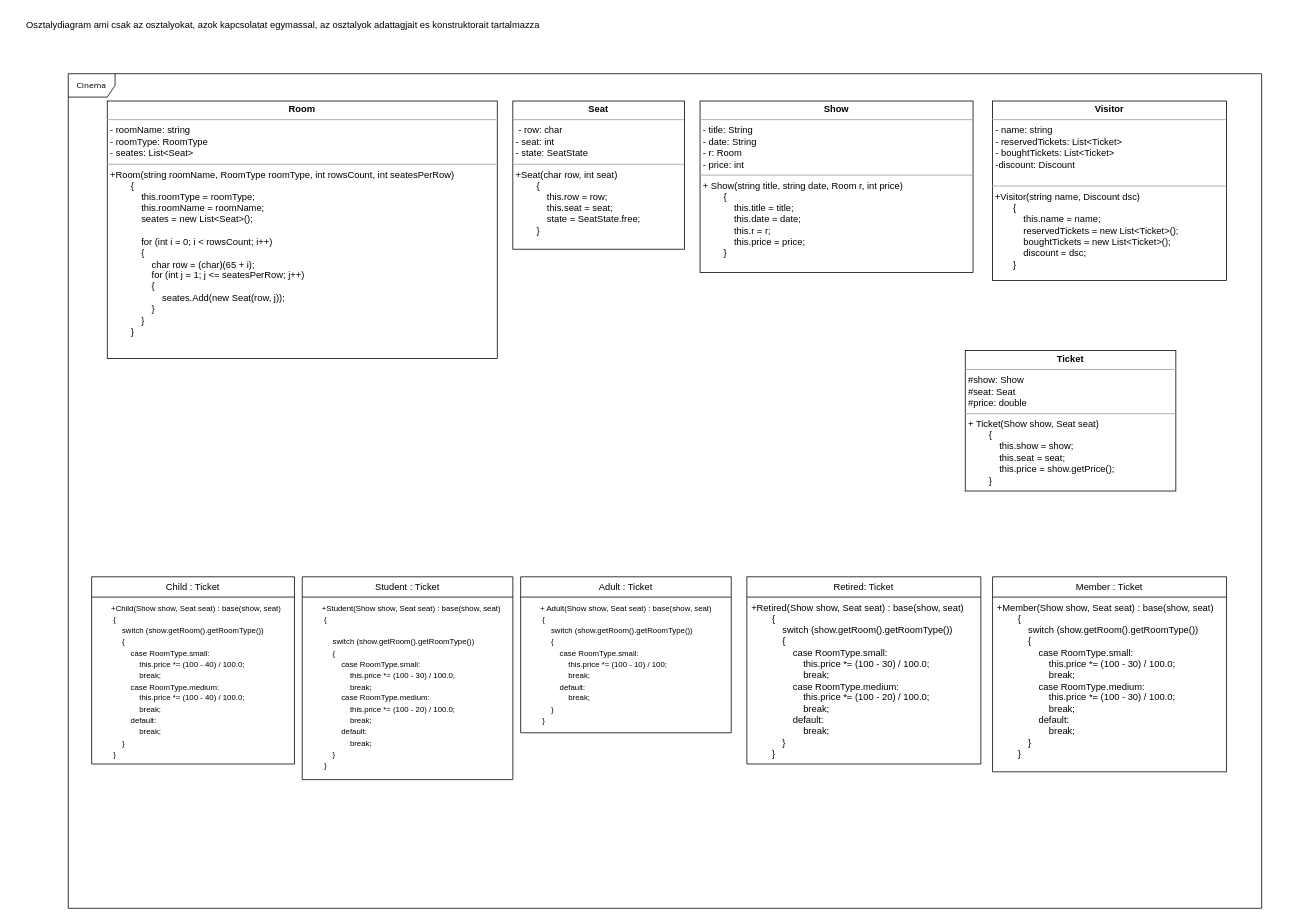
The draw.io diagram Classes.drawio in hitchhiker1986/OEP_bigFinalHomeWork, before the edit. Source tidied: cells renumbered, new cells numbered last; positions are measured from the earlier drawing's top-left corner, leaving out a move shared by most shapes. Both pictures are drawn from the tidied source at 78%, with x=0, y=0 at pixel (13, 13).
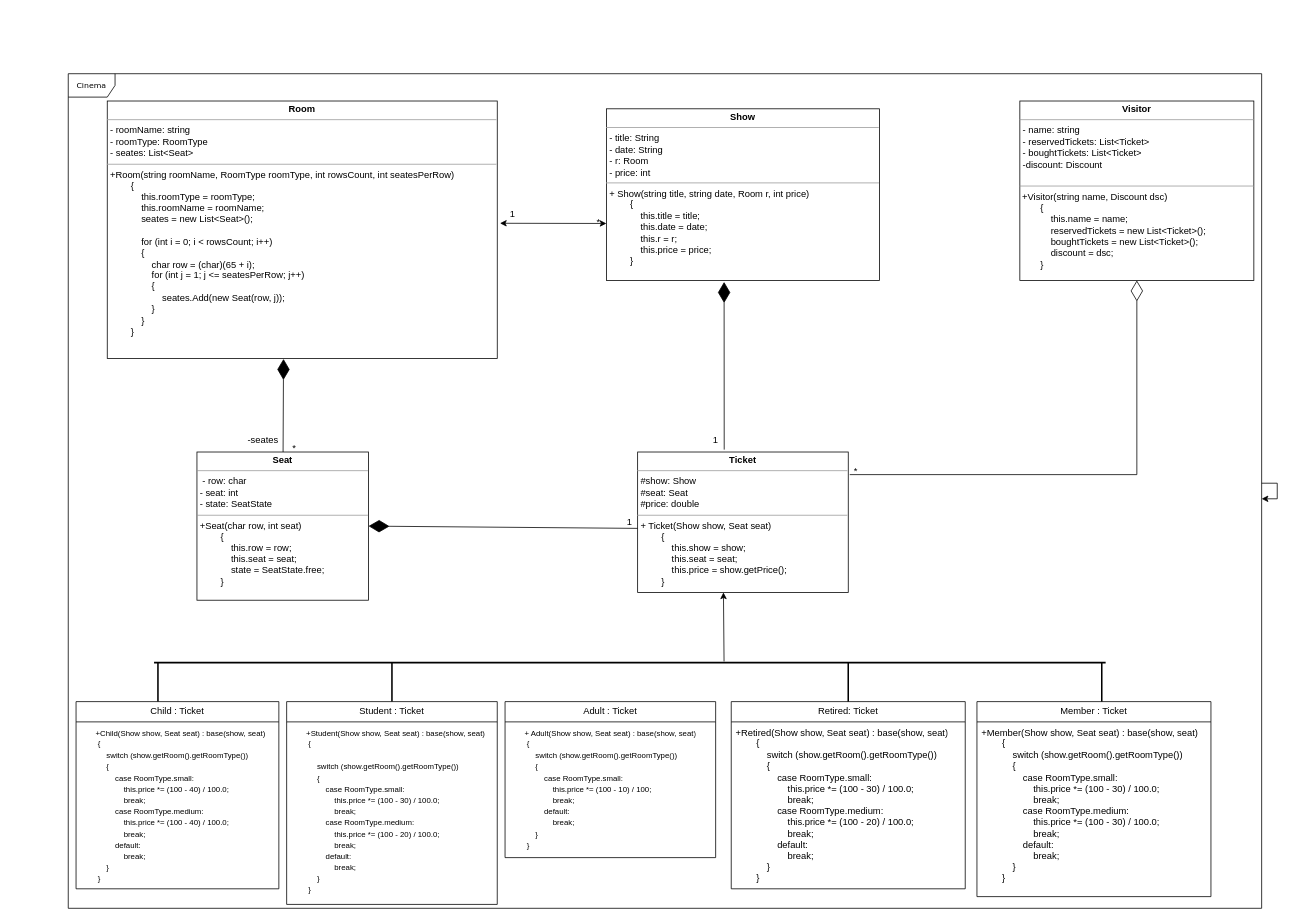
After the change.

Unchanged cells that the change refers to:
```xml
<mxCell id="2" value="Cinema" style="shape=umlFrame;whiteSpace=wrap;html=1;rounded=0;shadow=0;comic=0;labelBackgroundColor=none;strokeWidth=1;fontFamily=Verdana;fontSize=10;align=center;" parent="1" vertex="1">
  <mxGeometry x="70" y="77" width="1530" height="1070" as="geometry" />
</mxCell>
<mxCell id="3" value="&lt;p style=&quot;margin:0px;margin-top:4px;text-align:center;&quot;&gt;&lt;b&gt;Room&lt;/b&gt;&lt;/p&gt;&lt;hr size=&quot;1&quot;&gt;&lt;p style=&quot;margin:0px;margin-left:4px;&quot;&gt;- roomName: string&lt;/p&gt;&lt;p style=&quot;margin:0px;margin-left:4px;&quot;&gt;- roomType: RoomType&lt;br&gt;- seates: List&amp;lt;Seat&amp;gt;&lt;br&gt;&lt;/p&gt;&lt;hr size=&quot;1&quot;&gt;&lt;p style=&quot;margin:0px;margin-left:4px;&quot;&gt;+Room(string roomName, RoomType roomType, int rowsCount, int seatesPerRow) &lt;br&gt;&amp;nbsp;&amp;nbsp;&amp;nbsp;&amp;nbsp;&amp;nbsp;&amp;nbsp;&amp;nbsp; {&lt;br&gt;&amp;nbsp;&amp;nbsp;&amp;nbsp;&amp;nbsp;&amp;nbsp;&amp;nbsp;&amp;nbsp;&amp;nbsp;&amp;nbsp;&amp;nbsp;&amp;nbsp; this.roomType = roomType;&lt;br&gt;&amp;nbsp;&amp;nbsp;&amp;nbsp;&amp;nbsp;&amp;nbsp;&amp;nbsp;&amp;nbsp;&amp;nbsp;&amp;nbsp;&amp;nbsp;&amp;nbsp; this.roomName = roomName;&lt;br&gt;&amp;nbsp;&amp;nbsp;&amp;nbsp;&amp;nbsp;&amp;nbsp;&amp;nbsp;&amp;nbsp;&amp;nbsp;&amp;nbsp;&amp;nbsp;&amp;nbsp; seates = new List&amp;lt;Seat&amp;gt;();&lt;br&gt;&lt;br&gt;&amp;nbsp;&amp;nbsp;&amp;nbsp;&amp;nbsp;&amp;nbsp;&amp;nbsp;&amp;nbsp;&amp;nbsp;&amp;nbsp;&amp;nbsp;&amp;nbsp; for (int i = 0; i &amp;lt; rowsCount; i++)&lt;br&gt;&amp;nbsp;&amp;nbsp;&amp;nbsp;&amp;nbsp;&amp;nbsp;&amp;nbsp;&amp;nbsp;&amp;nbsp;&amp;nbsp;&amp;nbsp;&amp;nbsp; {&lt;br&gt;&amp;nbsp;&amp;nbsp;&amp;nbsp;&amp;nbsp;&amp;nbsp;&amp;nbsp;&amp;nbsp;&amp;nbsp;&amp;nbsp;&amp;nbsp;&amp;nbsp;&amp;nbsp;&amp;nbsp;&amp;nbsp;&amp;nbsp; char row = (char)(65 + i);&lt;br&gt;&amp;nbsp;&amp;nbsp;&amp;nbsp;&amp;nbsp;&amp;nbsp;&amp;nbsp;&amp;nbsp;&amp;nbsp;&amp;nbsp;&amp;nbsp;&amp;nbsp;&amp;nbsp;&amp;nbsp;&amp;nbsp;&amp;nbsp; for (int j = 1; j &amp;lt;= seatesPerRow; j++)&lt;br&gt;&amp;nbsp;&amp;nbsp;&amp;nbsp;&amp;nbsp;&amp;nbsp;&amp;nbsp;&amp;nbsp;&amp;nbsp;&amp;nbsp;&amp;nbsp;&amp;nbsp;&amp;nbsp;&amp;nbsp;&amp;nbsp;&amp;nbsp; {&lt;br&gt;&amp;nbsp;&amp;nbsp;&amp;nbsp;&amp;nbsp;&amp;nbsp;&amp;nbsp;&amp;nbsp;&amp;nbsp;&amp;nbsp;&amp;nbsp;&amp;nbsp;&amp;nbsp;&amp;nbsp;&amp;nbsp;&amp;nbsp;&amp;nbsp;&amp;nbsp;&amp;nbsp;&amp;nbsp; seates.Add(new Seat(row, j));&lt;br&gt;&amp;nbsp;&amp;nbsp;&amp;nbsp;&amp;nbsp;&amp;nbsp;&amp;nbsp;&amp;nbsp;&amp;nbsp;&amp;nbsp;&amp;nbsp;&amp;nbsp;&amp;nbsp;&amp;nbsp;&amp;nbsp;&amp;nbsp; }&lt;br&gt;&amp;nbsp;&amp;nbsp;&amp;nbsp;&amp;nbsp;&amp;nbsp;&amp;nbsp;&amp;nbsp;&amp;nbsp;&amp;nbsp;&amp;nbsp;&amp;nbsp; }&lt;br&gt;&amp;nbsp;&amp;nbsp;&amp;nbsp;&amp;nbsp;&amp;nbsp;&amp;nbsp;&amp;nbsp; }&lt;br&gt;&lt;/p&gt;" style="verticalAlign=top;align=left;overflow=fill;fontSize=12;fontFamily=Helvetica;html=1;whiteSpace=wrap;" parent="1" vertex="1">
  <mxGeometry x="120" y="112" width="500" height="330" as="geometry" />
</mxCell>
```

The edit, as a diff of the source:
```diff
@@
     <mxCell id="4" value="&lt;p style=&quot;margin:0px;margin-top:4px;text-align:center;&quot;&gt;&lt;b&gt;Seat&lt;/b&gt;&lt;br&gt;&lt;/p&gt;&lt;hr size=&quot;1&quot;&gt;&lt;p style=&quot;margin:0px;margin-left:4px;&quot;&gt;&amp;nbsp;- row: char&lt;br&gt;- seat: int&lt;br&gt;- state: SeatState&lt;br&gt;&lt;/p&gt;&lt;hr size=&quot;1&quot;&gt;&lt;p style=&quot;margin:0px;margin-left:4px;&quot;&gt;+Seat(char row, int seat)&lt;br&gt;&amp;nbsp;&amp;nbsp;&amp;nbsp;&amp;nbsp;&amp;nbsp;&amp;nbsp;&amp;nbsp; {&lt;br&gt;&amp;nbsp;&amp;nbsp;&amp;nbsp;&amp;nbsp;&amp;nbsp;&amp;nbsp;&amp;nbsp;&amp;nbsp;&amp;nbsp;&amp;nbsp;&amp;nbsp; this.row = row;&lt;br&gt;&amp;nbsp;&amp;nbsp;&amp;nbsp;&amp;nbsp;&amp;nbsp;&amp;nbsp;&amp;nbsp;&amp;nbsp;&amp;nbsp;&amp;nbsp;&amp;nbsp; this.seat = seat;&lt;br&gt;&amp;nbsp;&amp;nbsp;&amp;nbsp;&amp;nbsp;&amp;nbsp;&amp;nbsp;&amp;nbsp;&amp;nbsp;&amp;nbsp;&amp;nbsp;&amp;nbsp; state = SeatState.free;&lt;br&gt;&amp;nbsp;&amp;nbsp;&amp;nbsp;&amp;nbsp;&amp;nbsp;&amp;nbsp;&amp;nbsp; }&lt;br&gt;&lt;/p&gt;" style="verticalAlign=top;align=left;overflow=fill;fontSize=12;fontFamily=Helvetica;html=1;whiteSpace=wrap;" parent="1" vertex="1">
-      <mxGeometry x="640" y="112" width="220" height="190" as="geometry" />
+      <mxGeometry x="235" y="562" width="220" height="190" as="geometry" />
     </mxCell>
     <mxCell id="5" value="&lt;p style=&quot;margin:0px;margin-top:4px;text-align:center;&quot;&gt;&lt;b&gt;Show&lt;/b&gt;&lt;br&gt;&lt;/p&gt;&lt;hr size=&quot;1&quot;&gt;&lt;p style=&quot;margin:0px;margin-left:4px;&quot;&gt;- title: String&lt;/p&gt;&lt;p style=&quot;margin:0px;margin-left:4px;&quot;&gt;- date: String&lt;/p&gt;&lt;p style=&quot;margin:0px;margin-left:4px;&quot;&gt;- r: Room&lt;/p&gt;&lt;p style=&quot;margin:0px;margin-left:4px;&quot;&gt;- price: int&lt;br&gt;&lt;/p&gt;&lt;hr size=&quot;1&quot;&gt;&lt;p style=&quot;margin:0px;margin-left:4px;&quot;&gt;+ Show(string title, string date, Room r, int price)&lt;br&gt;&amp;nbsp;&amp;nbsp;&amp;nbsp;&amp;nbsp;&amp;nbsp;&amp;nbsp;&amp;nbsp; {&lt;br&gt;&amp;nbsp;&amp;nbsp;&amp;nbsp;&amp;nbsp;&amp;nbsp;&amp;nbsp;&amp;nbsp;&amp;nbsp;&amp;nbsp;&amp;nbsp;&amp;nbsp; this.title = title;&lt;br&gt;&amp;nbsp;&amp;nbsp;&amp;nbsp;&amp;nbsp;&amp;nbsp;&amp;nbsp;&amp;nbsp;&amp;nbsp;&amp;nbsp;&amp;nbsp;&amp;nbsp; this.date = date;&lt;br&gt;&amp;nbsp;&amp;nbsp;&amp;nbsp;&amp;nbsp;&amp;nbsp;&amp;nbsp;&amp;nbsp;&amp;nbsp;&amp;nbsp;&amp;nbsp;&amp;nbsp; this.r = r;&lt;br&gt;&amp;nbsp;&amp;nbsp;&amp;nbsp;&amp;nbsp;&amp;nbsp;&amp;nbsp;&amp;nbsp;&amp;nbsp;&amp;nbsp;&amp;nbsp;&amp;nbsp; this.price = price;&lt;br&gt;&amp;nbsp;&amp;nbsp;&amp;nbsp;&amp;nbsp;&amp;nbsp;&amp;nbsp;&amp;nbsp; }&lt;br&gt;&lt;/p&gt;" style="verticalAlign=top;align=left;overflow=fill;fontSize=12;fontFamily=Helvetica;html=1;whiteSpace=wrap;" parent="1" vertex="1">
-      <mxGeometry x="880" y="112" width="350" height="220" as="geometry" />
+      <mxGeometry x="760" y="122" width="350" height="220" as="geometry" />
     </mxCell>
     <mxCell id="6" value="&lt;p style=&quot;margin:0px;margin-top:4px;text-align:center;&quot;&gt;&lt;b&gt;Visitor&lt;/b&gt;&lt;br&gt;&lt;/p&gt;&lt;hr size=&quot;1&quot;&gt;&lt;p style=&quot;margin:0px;margin-left:4px;&quot;&gt;- name: string&lt;br&gt;- reservedTickets: List&amp;lt;Ticket&amp;gt;&lt;/p&gt;&lt;p style=&quot;margin:0px;margin-left:4px;&quot;&gt;- boughtTickets: List&amp;lt;Ticket&amp;gt;&lt;/p&gt;&lt;p style=&quot;margin:0px;margin-left:4px;&quot;&gt;-discount: Discount&lt;br&gt;&lt;/p&gt;&lt;p style=&quot;margin:0px;margin-left:4px;&quot;&gt;&lt;br&gt;&lt;/p&gt;&lt;hr size=&quot;1&quot;&gt;&amp;nbsp;+Visitor(string name, Discount dsc) &lt;br&gt;&amp;nbsp;&amp;nbsp;&amp;nbsp;&amp;nbsp;&amp;nbsp;&amp;nbsp;&amp;nbsp; {&lt;br&gt;&amp;nbsp;&amp;nbsp;&amp;nbsp;&amp;nbsp;&amp;nbsp;&amp;nbsp;&amp;nbsp;&amp;nbsp;&amp;nbsp;&amp;nbsp;&amp;nbsp; this.name = name;&lt;br&gt;&amp;nbsp;&amp;nbsp;&amp;nbsp;&amp;nbsp;&amp;nbsp;&amp;nbsp;&amp;nbsp;&amp;nbsp;&amp;nbsp;&amp;nbsp;&amp;nbsp; reservedTickets = new List&amp;lt;Ticket&amp;gt;();&lt;br&gt;&amp;nbsp;&amp;nbsp;&amp;nbsp;&amp;nbsp;&amp;nbsp;&amp;nbsp;&amp;nbsp;&amp;nbsp;&amp;nbsp;&amp;nbsp;&amp;nbsp; boughtTickets = new List&amp;lt;Ticket&amp;gt;();&lt;br&gt;&amp;nbsp;&amp;nbsp;&amp;nbsp;&amp;nbsp;&amp;nbsp;&amp;nbsp;&amp;nbsp;&amp;nbsp;&amp;nbsp;&amp;nbsp;&amp;nbsp; discount = dsc;&lt;br&gt;&amp;nbsp;&amp;nbsp;&amp;nbsp;&amp;nbsp;&amp;nbsp;&amp;nbsp;&amp;nbsp; }" style="verticalAlign=top;align=left;overflow=fill;fontSize=12;fontFamily=Helvetica;html=1;whiteSpace=wrap;" parent="1" vertex="1">
-      <mxGeometry x="1255" y="112" width="300" height="230" as="geometry" />
+      <mxGeometry x="1290" y="112" width="300" height="230" as="geometry" />
     </mxCell>
     <mxCell id="7" value="&lt;p style=&quot;margin:0px;margin-top:4px;text-align:center;&quot;&gt;&lt;b&gt;Ticket&lt;/b&gt;&lt;br&gt;&lt;/p&gt;&lt;hr size=&quot;1&quot;&gt;&lt;p style=&quot;margin:0px;margin-left:4px;&quot;&gt;#show: Show&lt;/p&gt;&lt;p style=&quot;margin:0px;margin-left:4px;&quot;&gt;#seat: Seat&lt;/p&gt;&lt;p style=&quot;margin:0px;margin-left:4px;&quot;&gt;#price: double&lt;br&gt;&lt;/p&gt;&lt;hr size=&quot;1&quot;&gt;&lt;p style=&quot;margin:0px;margin-left:4px;&quot;&gt;+ Ticket(Show show, Seat seat)&lt;br&gt;&amp;nbsp;&amp;nbsp;&amp;nbsp;&amp;nbsp;&amp;nbsp;&amp;nbsp;&amp;nbsp; {&lt;br&gt;&amp;nbsp;&amp;nbsp;&amp;nbsp;&amp;nbsp;&amp;nbsp;&amp;nbsp;&amp;nbsp;&amp;nbsp;&amp;nbsp;&amp;nbsp;&amp;nbsp; this.show = show;&lt;br&gt;&amp;nbsp;&amp;nbsp;&amp;nbsp;&amp;nbsp;&amp;nbsp;&amp;nbsp;&amp;nbsp;&amp;nbsp;&amp;nbsp;&amp;nbsp;&amp;nbsp; this.seat = seat;&lt;br&gt;&amp;nbsp;&amp;nbsp;&amp;nbsp;&amp;nbsp;&amp;nbsp;&amp;nbsp;&amp;nbsp;&amp;nbsp;&amp;nbsp;&amp;nbsp;&amp;nbsp; this.price = show.getPrice();&lt;br&gt;&amp;nbsp;&amp;nbsp;&amp;nbsp;&amp;nbsp;&amp;nbsp;&amp;nbsp;&amp;nbsp; }&lt;/p&gt;" style="verticalAlign=top;align=left;overflow=fill;fontSize=12;fontFamily=Helvetica;html=1;whiteSpace=wrap;" parent="1" vertex="1">
-      <mxGeometry x="1220" y="432" width="270" height="180" as="geometry" />
+      <mxGeometry x="800" y="562" width="270" height="180" as="geometry" />
     </mxCell>
-    <mxCell id="8" value="Osztalydiagram ami csak az osztalyokat, azok kapcsolatat egymassal, az osztalyok adattagjait es konstruktorait tartalmazza" style="text;html=1;align=center;verticalAlign=middle;strokeColor=none;fillColor=none;" parent="1" vertex="1">
-      <mxGeometry width="690" height="30" as="geometry" />
-    </mxCell>
     <mxCell id="9" value="Child : Ticket" style="swimlane;fontStyle=0;horizontal=1;startSize=26;fillColor=none;whiteSpace=wrap;html=1;" parent="1" vertex="1">
-      <mxGeometry x="100" y="722" width="260" height="240" as="geometry" />
+      <mxGeometry x="80" y="882" width="260" height="240" as="geometry" />
     </mxCell>
@@
     <mxCell id="11" value="Student : Ticket" style="swimlane;fontStyle=0;horizontal=1;startSize=26;fillColor=none;whiteSpace=wrap;html=1;" parent="1" vertex="1">
-      <mxGeometry x="370" y="722" width="270" height="260" as="geometry" />
+      <mxGeometry x="350" y="882" width="270" height="260" as="geometry" />
     </mxCell>
@@
     <mxCell id="13" value="Adult : Ticket" style="swimlane;fontStyle=0;horizontal=1;startSize=26;fillColor=none;whiteSpace=wrap;html=1;" parent="1" vertex="1">
-      <mxGeometry x="650" y="722" width="270" height="200" as="geometry" />
+      <mxGeometry x="630" y="882" width="270" height="200" as="geometry" />
     </mxCell>
@@
     <mxCell id="15" value="Member : Ticket" style="swimlane;fontStyle=0;horizontal=1;startSize=26;fillColor=none;whiteSpace=wrap;html=1;" parent="1" vertex="1">
-      <mxGeometry x="1255" y="722" width="300" height="250" as="geometry" />
+      <mxGeometry x="1235" y="882" width="300" height="250" as="geometry" />
     </mxCell>
@@
     <mxCell id="17" value="Retired: Ticket" style="swimlane;fontStyle=0;horizontal=1;startSize=26;fillColor=none;whiteSpace=wrap;html=1;" parent="1" vertex="1">
-      <mxGeometry x="940" y="722" width="300" height="240" as="geometry" />
+      <mxGeometry x="920" y="882" width="300" height="240" as="geometry" />
     </mxCell>
@@
+    <mxCell id="19" style="endArrow=classic;html=1;rounded=0;exitX=0.599;exitY=0.35;exitDx=0;exitDy=0;exitPerimeter=0;" parent="1" edge="1" source="20">
+      <mxGeometry relative="1" as="geometry">
+        <mxPoint x="910" y="742" as="targetPoint" />
+      </mxGeometry>
+    </mxCell>
+    <mxCell id="20" style="line;strokeWidth=2;html=1;" parent="1" vertex="1">
+      <mxGeometry x="180" y="827" width="1220" height="10" as="geometry" />
+    </mxCell>
+    <mxCell id="21" style="line;strokeWidth=2;direction=south;html=1;" parent="1" vertex="1">
+      <mxGeometry x="180" y="832" width="10" height="50" as="geometry" />
+    </mxCell>
+    <mxCell id="22" style="line;strokeWidth=2;direction=south;html=1;" parent="1" vertex="1">
+      <mxGeometry x="480" y="832" width="10" height="50" as="geometry" />
+    </mxCell>
+    <mxCell id="23" style="line;strokeWidth=2;direction=south;html=1;" parent="1" vertex="1">
+      <mxGeometry x="1065" y="832" width="10" height="50" as="geometry" />
+    </mxCell>
+    <mxCell id="24" style="line;strokeWidth=2;direction=south;html=1;" parent="1" vertex="1">
+      <mxGeometry x="1390" y="832" width="10" height="50" as="geometry" />
+    </mxCell>
+    <mxCell id="25" style="endArrow=diamondThin;endFill=1;endSize=24;html=1;rounded=0;entryX=0.452;entryY=1.002;entryDx=0;entryDy=0;entryPerimeter=0;" parent="1" edge="1" source="4" target="3">
+      <mxGeometry relative="1" as="geometry" />
+    </mxCell>
+    <mxCell id="26" value="-seates" style="text;html=1;strokeColor=none;fillColor=none;align=center;verticalAlign=middle;whiteSpace=wrap;rounded=0;" parent="1" vertex="1">
+      <mxGeometry x="290" y="532" width="60" height="30" as="geometry" />
+    </mxCell>
+    <mxCell id="27" value="*" style="text;html=1;strokeColor=none;fillColor=none;align=center;verticalAlign=middle;whiteSpace=wrap;rounded=0;" parent="1" vertex="1">
+      <mxGeometry x="330" y="542" width="60" height="30" as="geometry" />
+    </mxCell>
+    <mxCell id="28" style="edgeStyle=orthogonalEdgeStyle;rounded=0;orthogonalLoop=1;jettySize=auto;html=1;" parent="1" edge="1" source="2" target="2">
+      <mxGeometry relative="1" as="geometry" />
+    </mxCell>
+    <mxCell id="29" style="endArrow=classic;startArrow=classic;html=1;rounded=0;exitX=1.007;exitY=0.475;exitDx=0;exitDy=0;exitPerimeter=0;" parent="1" edge="1" source="3">
+      <mxGeometry relative="1" as="geometry">
+        <mxPoint x="760" y="269" as="targetPoint" />
+      </mxGeometry>
+    </mxCell>
+    <mxCell id="30" value="1" style="text;html=1;strokeColor=none;fillColor=none;align=center;verticalAlign=middle;whiteSpace=wrap;rounded=0;" parent="1" vertex="1">
+      <mxGeometry x="610" y="242" width="60" height="30" as="geometry" />
+    </mxCell>
+    <mxCell id="31" value="*" style="text;html=1;strokeColor=none;fillColor=none;align=center;verticalAlign=middle;whiteSpace=wrap;rounded=0;" parent="1" vertex="1">
+      <mxGeometry x="720" y="252" width="60" height="30" as="geometry" />
+    </mxCell>
+    <mxCell id="32" style="endArrow=diamondThin;endFill=0;endSize=24;html=1;rounded=0;exitX=1.007;exitY=0.161;exitDx=0;exitDy=0;exitPerimeter=0;" parent="1" edge="1" source="7" target="6">
+      <mxGeometry relative="1" as="geometry">
+        <Array as="points">
+          <mxPoint x="1440" y="591" />
+        </Array>
+      </mxGeometry>
+    </mxCell>
+    <mxCell id="33" value="*" style="text;html=1;strokeColor=none;fillColor=none;align=center;verticalAlign=middle;whiteSpace=wrap;rounded=0;" parent="1" vertex="1">
+      <mxGeometry x="1050" y="572" width="60" height="30" as="geometry" />
+    </mxCell>
+    <mxCell id="34" style="endArrow=diamondThin;endFill=1;endSize=24;html=1;rounded=0;entryX=1;entryY=0.5;entryDx=0;entryDy=0;exitX=0;exitY=0.544;exitDx=0;exitDy=0;exitPerimeter=0;" parent="1" edge="1" source="7" target="4">
+      <mxGeometry relative="1" as="geometry" />
+    </mxCell>
+    <mxCell id="35" value="1" style="text;html=1;strokeColor=none;fillColor=none;align=center;verticalAlign=middle;whiteSpace=wrap;rounded=0;" parent="1" vertex="1">
+      <mxGeometry x="760" y="637" width="60" height="30" as="geometry" />
+    </mxCell>
+    <mxCell id="36" style="endArrow=diamondThin;endFill=1;endSize=24;html=1;rounded=0;entryX=0.431;entryY=1.009;entryDx=0;entryDy=0;exitX=0.411;exitY=-0.017;exitDx=0;exitDy=0;exitPerimeter=0;entryPerimeter=0;" parent="1" edge="1" source="7" target="5">
+      <mxGeometry relative="1" as="geometry" />
+    </mxCell>
+    <mxCell id="37" value="&lt;div&gt;1&lt;br&gt;&lt;/div&gt;" style="text;html=1;strokeColor=none;fillColor=none;align=center;verticalAlign=middle;whiteSpace=wrap;rounded=0;" parent="1" vertex="1">
+      <mxGeometry x="870" y="532" width="60" height="30" as="geometry" />
+    </mxCell>
```
